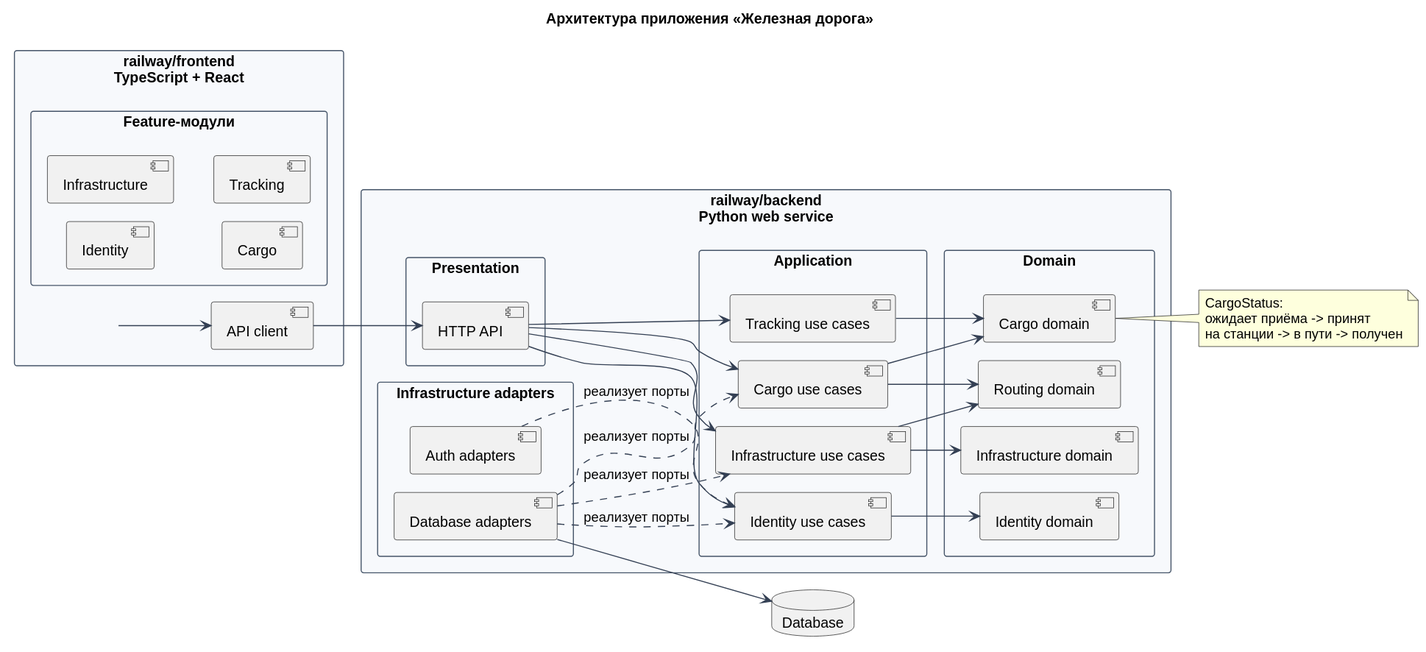
Above: uml/architecture/uml-render-preview/Архитектура_приложения.svg in Gu4rDe/railway (PlantUML), before the change.
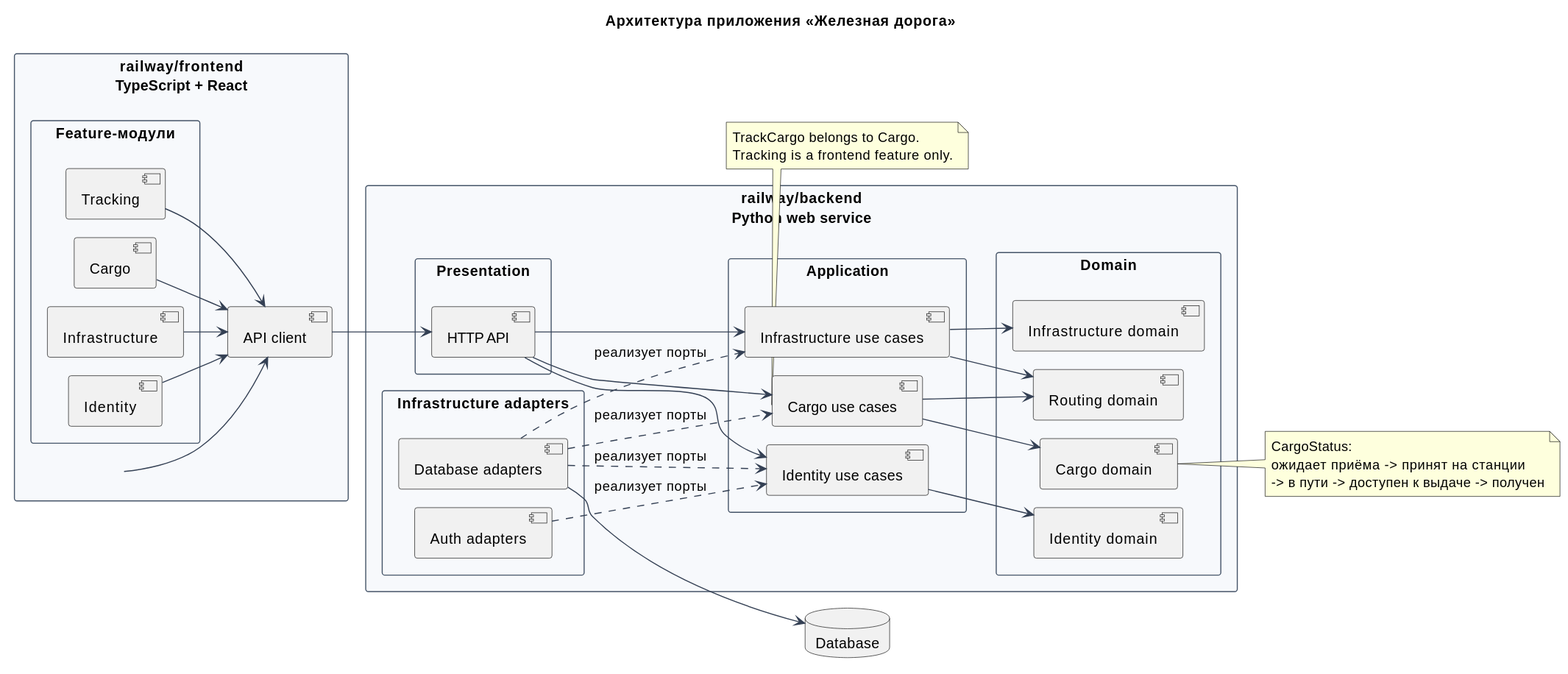
The same file after the commit.

Change to the diagram source:
```diff
@@ -18,7 +18,7 @@
     [Identity]
     [Infrastructure]
     [Cargo]
-    [Tracking]
+    [Tracking] as TrackingFeature
   }
   [API client]
 }
@@ -32,7 +32,6 @@
     [Identity use cases]
     [Infrastructure use cases]
     [Cargo use cases]
-    [Tracking use cases]
   }
 
   package "Domain" {
@@ -51,18 +50,20 @@
 database "Database" as db
 
 frontend --> [API client]
+[Identity] --> [API client]
+[Infrastructure] --> [API client]
+[Cargo] --> [API client]
+TrackingFeature --> [API client]
 [API client] --> [HTTP API]
 [HTTP API] --> [Identity use cases]
 [HTTP API] --> [Infrastructure use cases]
 [HTTP API] --> [Cargo use cases]
-[HTTP API] --> [Tracking use cases]
 
 [Identity use cases] --> [Identity domain]
 [Infrastructure use cases] --> [Infrastructure domain]
 [Infrastructure use cases] --> [Routing domain]
 [Cargo use cases] --> [Cargo domain]
 [Cargo use cases] --> [Routing domain]
-[Tracking use cases] --> [Cargo domain]
 
 [Database adapters] ..> [Identity use cases] : реализует порты
 [Database adapters] ..> [Infrastructure use cases] : реализует порты
@@ -72,7 +73,12 @@
 
 note right of [Cargo domain]
 CargoStatus:
-ожидает приёма -> принят
-на станции -> в пути -> получен
+ожидает приёма -> принят на станции
+-> в пути -> доступен к выдаче -> получен
+end note
+
+note bottom of [Cargo use cases]
+TrackCargo belongs to Cargo.
+Tracking is a frontend feature only.
 end note
 @enduml
```
